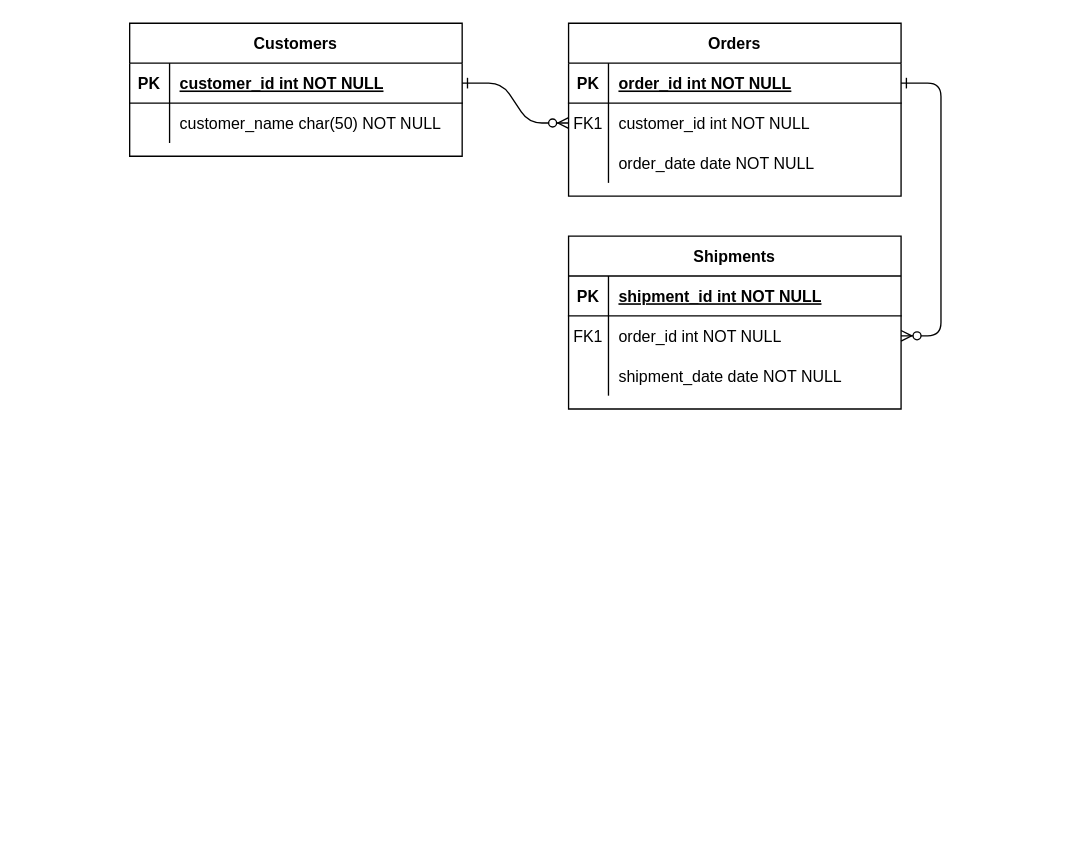
The draw.io diagram sujet bts.drawio in bearcub971/bear, before the edit. Source tidied: cells renumbered, new cells numbered last; positions are measured from the earlier drawing's top-left corner, leaving out a move shared by most shapes. Both pictures are drawn from the tidied source at 133%, with x=0, y=0 at pixel (129, 23).
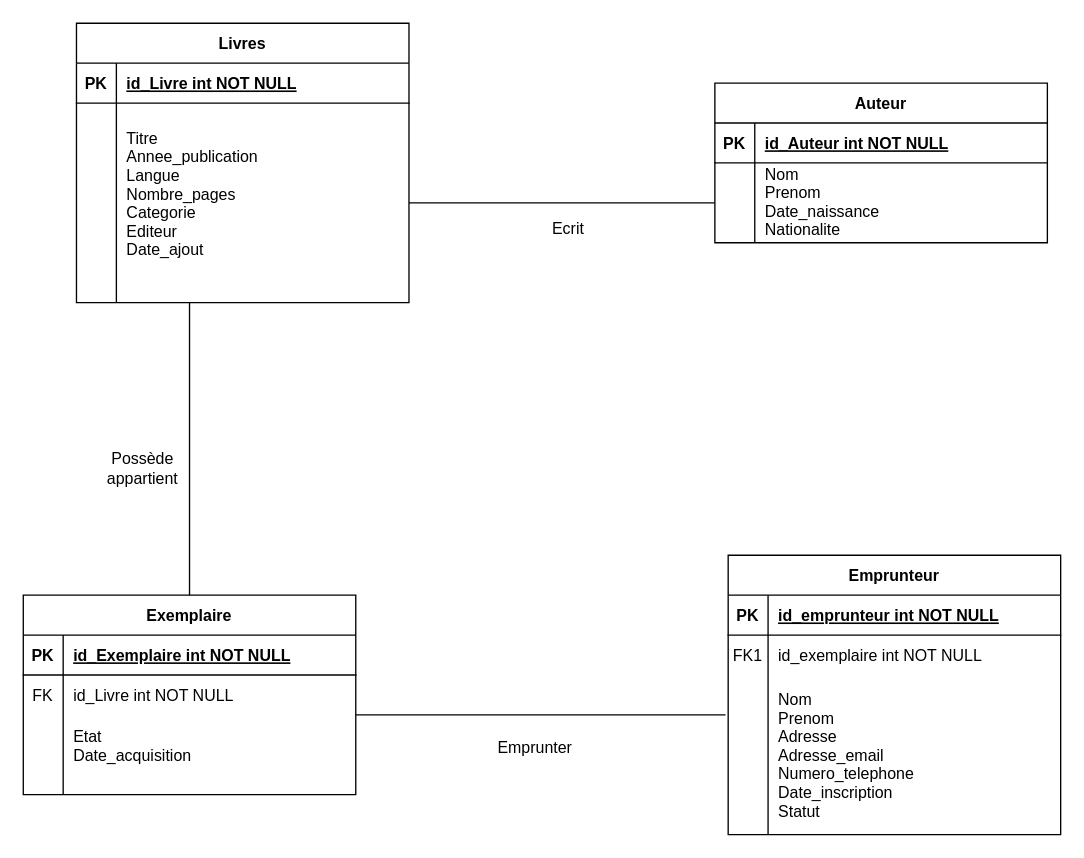
The same page after the edit.

Commit message:
Mettre à jour sujet bts.drawio

The change refers to these unchanged cells:
```xml
<mxCell id="5" style="shape=partialRectangle;fillColor=none;points=[[0,0.5],[1,0.5]];portConstraint=eastwest;top=0;left=0;right=0;bottom=1;" parent="4" vertex="1">
  <mxGeometry y="30" width="250" height="30" as="geometry" />
</mxCell>
<mxCell id="15" style="shape=partialRectangle;fillColor=none;top=0;left=0;right=0;bottom=1;" parent="14" vertex="1">
  <mxGeometry y="30" width="250" height="30" as="geometry" />
</mxCell>
<mxCell id="18" style="shape=partialRectangle;fillColor=none;points=[[0,0.5],[1,0.5]];portConstraint=eastwest;top=0;left=0;right=0;bottom=0;" parent="14" vertex="1">
  <mxGeometry y="60" width="250" height="30" as="geometry" />
</mxCell>
<mxCell id="25" style="shape=partialRectangle;fillColor=none;points=[[0,0.5],[1,0.5]];portConstraint=eastwest;top=0;left=0;right=0;bottom=1;" parent="24" vertex="1">
  <mxGeometry y="30" width="250" height="30" as="geometry" />
</mxCell>
```

What changed in the source:
```diff
@@
-    <mxCell id="2" style="edgeStyle=entityRelationEdgeStyle;endArrow=ERzeroToMany;startArrow=ERone;endFill=1;startFill=0;" parent="1" edge="1" source="25" target="8">
-      <mxGeometry relative="1" as="geometry" />
-    </mxCell>
-    <mxCell id="3" style="edgeStyle=entityRelationEdgeStyle;endArrow=ERzeroToMany;startArrow=ERone;endFill=1;startFill=0;" parent="1" edge="1" source="5" target="18">
-      <mxGeometry relative="1" as="geometry" />
-    </mxCell>
-    <mxCell id="4" value="Orders" style="shape=table;startSize=30;childLayout=tableLayout;rowLines=0;fontStyle=1;align=center;" parent="1" vertex="1">
-      <mxGeometry x="330" width="250" height="130" as="geometry" />
+    <mxCell id="4" value="Auteur" style="shape=table;startSize=30;childLayout=tableLayout;rowLines=0;fontStyle=1;align=center;" parent="1" vertex="1">
+      <mxGeometry x="440" y="45" width="250" height="120" as="geometry" />
     </mxCell>
@@
-    <mxCell id="7" value="order_id int NOT NULL " style="shape=partialRectangle;overflow=hidden;fillColor=none;top=0;left=0;bottom=0;right=0;align=left;spacingLeft=6;fontStyle=5;" parent="5" vertex="1">
+    <mxCell id="7" value="id_Auteur int NOT NULL " style="shape=partialRectangle;overflow=hidden;fillColor=none;top=0;left=0;bottom=0;right=0;align=left;spacingLeft=6;fontStyle=5;" parent="5" vertex="1">
       <mxGeometry x="30" width="220" height="30" as="geometry" />
     </mxCell>
     <mxCell id="8" style="shape=partialRectangle;fillColor=none;points=[[0,0.5],[1,0.5]];portConstraint=eastwest;top=0;left=0;right=0;bottom=0;" parent="4" vertex="1">
-      <mxGeometry y="60" width="250" height="30" as="geometry" />
+      <mxGeometry y="60" width="250" height="60" as="geometry" />
     </mxCell>
-    <mxCell id="9" value="FK1" style="shape=partialRectangle;overflow=hidden;fillColor=none;top=0;left=0;bottom=0;right=0;" parent="8" vertex="1">
-      <mxGeometry width="30" height="30" as="geometry" />
+    <mxCell id="9" style="shape=partialRectangle;overflow=hidden;fillColor=none;top=0;left=0;bottom=0;right=0;" parent="8" vertex="1">
+      <mxGeometry width="30" height="60" as="geometry" />
     </mxCell>
-    <mxCell id="10" value="customer_id int NOT NULL" style="shape=partialRectangle;overflow=hidden;fillColor=none;top=0;left=0;bottom=0;right=0;align=left;spacingLeft=6;" parent="8" vertex="1">
-      <mxGeometry x="30" width="220" height="30" as="geometry" />
+    <mxCell id="10" value="Nom&#10;Prenom                &#10;Date_naissance&#10;Nationalite&#10;" style="shape=partialRectangle;overflow=hidden;fillColor=none;top=0;left=0;bottom=0;right=0;align=left;spacingLeft=6;" parent="8" vertex="1">
+      <mxGeometry x="30" width="220" height="60" as="geometry" />
     </mxCell>
-    <mxCell id="11" style="shape=partialRectangle;fillColor=none;top=0;left=0;right=0;bottom=0;" parent="4" vertex="1">
-      <mxGeometry y="90" width="250" height="30" as="geometry" />
-    </mxCell>
-    <mxCell id="12" style="shape=partialRectangle;overflow=hidden;fillColor=none;top=0;left=0;bottom=0;right=0;" parent="11" vertex="1">
-      <mxGeometry width="30" height="30" as="geometry" />
-    </mxCell>
-    <mxCell id="13" value="order_date date NOT NULL" style="shape=partialRectangle;overflow=hidden;fillColor=none;top=0;left=0;bottom=0;right=0;align=left;spacingLeft=6;" parent="11" vertex="1">
-      <mxGeometry x="30" width="220" height="30" as="geometry" />
-    </mxCell>
-    <mxCell id="14" value="Shipments" style="shape=table;startSize=30;childLayout=tableLayout;rowLines=0;fontStyle=1;align=center;" parent="1" vertex="1">
-      <mxGeometry x="330" y="160" width="250" height="130" as="geometry" />
+    <mxCell id="14" value="Emprunteur" style="shape=table;startSize=30;childLayout=tableLayout;rowLines=0;fontStyle=1;align=center;" parent="1" vertex="1">
+      <mxGeometry x="450" y="400" width="250" height="210" as="geometry" />
     </mxCell>
@@
-    <mxCell id="17" value="shipment_id int NOT NULL " style="shape=partialRectangle;overflow=hidden;fillColor=none;top=0;left=0;bottom=0;right=0;align=left;spacingLeft=6;fontStyle=5;" parent="15" vertex="1">
+    <mxCell id="17" value="id_emprunteur int NOT NULL " style="shape=partialRectangle;overflow=hidden;fillColor=none;top=0;left=0;bottom=0;right=0;align=left;spacingLeft=6;fontStyle=5;" parent="15" vertex="1">
       <mxGeometry x="30" width="220" height="30" as="geometry" />
     </mxCell>
@@
-    <mxCell id="20" value="order_id int NOT NULL" style="shape=partialRectangle;overflow=hidden;fillColor=none;top=0;left=0;bottom=0;right=0;align=left;spacingLeft=6;" parent="18" vertex="1">
+    <mxCell id="20" value="id_exemplaire int NOT NULL" style="shape=partialRectangle;overflow=hidden;fillColor=none;top=0;left=0;bottom=0;right=0;align=left;spacingLeft=6;" parent="18" vertex="1">
       <mxGeometry x="30" width="220" height="30" as="geometry" />
     </mxCell>
     <mxCell id="21" style="shape=partialRectangle;fillColor=none;points=[[0,0.5],[1,0.5]];portConstraint=eastwest;top=0;left=0;right=0;bottom=0;" parent="14" vertex="1">
-      <mxGeometry y="90" width="250" height="30" as="geometry" />
+      <mxGeometry y="90" width="250" height="120" as="geometry" />
     </mxCell>
     <mxCell id="22" style="shape=partialRectangle;overflow=hidden;fillColor=none;top=0;left=0;bottom=0;right=0;" parent="21" vertex="1">
-      <mxGeometry width="30" height="30" as="geometry" />
+      <mxGeometry width="30" height="120" as="geometry" />
     </mxCell>
-    <mxCell id="23" value="shipment_date date NOT NULL" style="shape=partialRectangle;overflow=hidden;fillColor=none;top=0;left=0;bottom=0;right=0;align=left;spacingLeft=6;" parent="21" vertex="1">
-      <mxGeometry x="30" width="220" height="30" as="geometry" />
+    <mxCell id="23" value="Nom&#10;Prenom&#10;Adresse&#10;Adresse_email&#10;Numero_telephone&#10;Date_inscription&#10;Statut" style="shape=partialRectangle;overflow=hidden;fillColor=none;top=0;left=0;bottom=0;right=0;align=left;spacingLeft=6;" parent="21" vertex="1">
+      <mxGeometry x="30" width="220" height="120" as="geometry" />
     </mxCell>
-    <mxCell id="24" value="Customers" style="shape=table;startSize=30;childLayout=tableLayout;rowLines=0;fontStyle=1;align=center;" parent="1" vertex="1">
-      <mxGeometry width="250" height="100" as="geometry" />
+    <mxCell id="24" value="Livres" style="shape=table;startSize=30;childLayout=tableLayout;rowLines=0;fontStyle=1;align=center;" parent="1" vertex="1">
+      <mxGeometry x="-40" width="250" height="210" as="geometry" />
     </mxCell>
@@
-    <mxCell id="27" value="customer_id int NOT NULL " style="shape=partialRectangle;overflow=hidden;fillColor=none;top=0;left=0;bottom=0;right=0;align=left;spacingLeft=6;fontStyle=5;" parent="25" vertex="1">
+    <mxCell id="27" value="id_Livre int NOT NULL " style="shape=partialRectangle;overflow=hidden;fillColor=none;top=0;left=0;bottom=0;right=0;align=left;spacingLeft=6;fontStyle=5;" parent="25" vertex="1">
       <mxGeometry x="30" width="220" height="30" as="geometry" />
     </mxCell>
     <mxCell id="28" style="shape=partialRectangle;fillColor=none;points=[[0,0.5],[1,0.5]];portConstraint=eastwest;top=0;left=0;right=0;bottom=0;" parent="24" vertex="1">
-      <mxGeometry y="60" width="250" height="30" as="geometry" />
+      <mxGeometry y="60" width="250" height="150" as="geometry" />
     </mxCell>
     <mxCell id="29" style="shape=partialRectangle;overflow=hidden;fillColor=none;top=0;left=0;bottom=0;right=0;" parent="28" vertex="1">
-      <mxGeometry width="30" height="30" as="geometry" />
+      <mxGeometry width="30" height="150" as="geometry" />
     </mxCell>
-    <mxCell id="30" value="customer_name char(50) NOT NULL" style="shape=partialRectangle;overflow=hidden;fillColor=none;top=0;left=0;bottom=0;right=0;align=left;spacingLeft=6;" parent="28" vertex="1">
-      <mxGeometry x="30" width="220" height="30" as="geometry" />
+    <mxCell id="30" value="Titre&#10;Annee_publication&#10;Langue&#10;Nombre_pages&#10;Categorie&#10;Editeur&#10;Date_ajout&#10;" style="shape=partialRectangle;overflow=hidden;fillColor=none;top=0;left=0;bottom=0;right=0;align=left;spacingLeft=6;" parent="28" vertex="1">
+      <mxGeometry x="30" width="220" height="150" as="geometry" />
     </mxCell>
+    <mxCell id="31" value="Exemplaire" style="shape=table;startSize=30;childLayout=tableLayout;rowLines=0;fontStyle=1;align=center;" parent="1" vertex="1">
+      <mxGeometry x="-80" y="430" width="250" height="150" as="geometry" />
+    </mxCell>
+    <mxCell id="32" style="shape=partialRectangle;fillColor=none;top=0;left=0;right=0;bottom=1;" parent="31" vertex="1">
+      <mxGeometry y="30" width="250" height="30" as="geometry" />
+    </mxCell>
+    <mxCell id="33" value="PK" style="shape=partialRectangle;overflow=hidden;fillColor=none;top=0;left=0;bottom=0;right=0;fontStyle=1;" parent="32" vertex="1">
+      <mxGeometry width="30" height="30" as="geometry" />
+    </mxCell>
+    <mxCell id="34" value="id_Exemplaire int NOT NULL " style="shape=partialRectangle;overflow=hidden;fillColor=none;top=0;left=0;bottom=0;right=0;align=left;spacingLeft=6;fontStyle=5;" parent="32" vertex="1">
+      <mxGeometry x="30" width="220" height="30" as="geometry" />
+    </mxCell>
+    <mxCell id="35" style="shape=partialRectangle;fillColor=none;top=0;left=0;right=0;bottom=0;" parent="31" vertex="1">
+      <mxGeometry y="60" width="250" height="30" as="geometry" />
+    </mxCell>
+    <mxCell id="36" value="FK" style="shape=partialRectangle;overflow=hidden;fillColor=none;top=0;left=0;bottom=0;right=0;" parent="35" vertex="1">
+      <mxGeometry width="30" height="30" as="geometry" />
+    </mxCell>
+    <mxCell id="37" value="id_Livre int NOT NULL" style="shape=partialRectangle;overflow=hidden;fillColor=none;top=0;left=0;bottom=0;right=0;align=left;spacingLeft=6;" parent="35" vertex="1">
+      <mxGeometry x="30" width="220" height="30" as="geometry" />
+    </mxCell>
+    <mxCell id="38" style="shape=partialRectangle;fillColor=none;top=0;left=0;right=0;bottom=0;" parent="31" vertex="1">
+      <mxGeometry y="90" width="250" height="60" as="geometry" />
+    </mxCell>
+    <mxCell id="39" style="shape=partialRectangle;overflow=hidden;fillColor=none;top=0;left=0;bottom=0;right=0;" parent="38" vertex="1">
+      <mxGeometry width="30" height="60" as="geometry" />
+    </mxCell>
+    <mxCell id="40" value="Etat&#10;Date_acquisition&#10;" style="shape=partialRectangle;overflow=hidden;fillColor=none;top=0;left=0;bottom=0;right=0;align=left;spacingLeft=6;" parent="38" vertex="1">
+      <mxGeometry x="30" width="220" height="60" as="geometry" />
+    </mxCell>
+    <mxCell id="41" style="endArrow=none;html=1;rounded=0;entryX=0;entryY=0.5;entryDx=0;entryDy=0;exitX=1;exitY=0.5;exitDx=0;exitDy=0;" parent="1" edge="1" source="28" target="8">
+      <mxGeometry relative="1" as="geometry" />
+    </mxCell>
+    <mxCell id="42" style="endArrow=none;html=1;rounded=0;exitX=0.5;exitY=0;exitDx=0;exitDy=0;" parent="1" edge="1" source="31">
+      <mxGeometry relative="1" as="geometry">
+        <mxPoint x="45" y="210" as="targetPoint" />
+      </mxGeometry>
+    </mxCell>
+    <mxCell id="43" style="endArrow=none;html=1;rounded=0;entryX=-0.008;entryY=0.25;entryDx=0;entryDy=0;entryPerimeter=0;" parent="1" edge="1" target="21">
+      <mxGeometry relative="1" as="geometry">
+        <mxPoint x="170" y="520" as="sourcePoint" />
+      </mxGeometry>
+    </mxCell>
+    <mxCell id="44" value="Ecrit" style="text;html=1;align=center;verticalAlign=middle;whiteSpace=wrap;rounded=0;" parent="1" vertex="1">
+      <mxGeometry x="300" y="140" width="60" height="30" as="geometry" />
+    </mxCell>
+    <mxCell id="45" value="Possède&lt;br&gt;appartient" style="text;html=1;align=center;verticalAlign=middle;whiteSpace=wrap;rounded=0;rotation=0;" parent="1" vertex="1">
+      <mxGeometry x="-20" y="320" width="60" height="30" as="geometry" />
+    </mxCell>
+    <mxCell id="46" value="Emprunter" style="text;html=1;align=center;verticalAlign=middle;whiteSpace=wrap;rounded=0;" parent="1" vertex="1">
+      <mxGeometry x="275" y="530" width="60" height="30" as="geometry" />
+    </mxCell>
```
